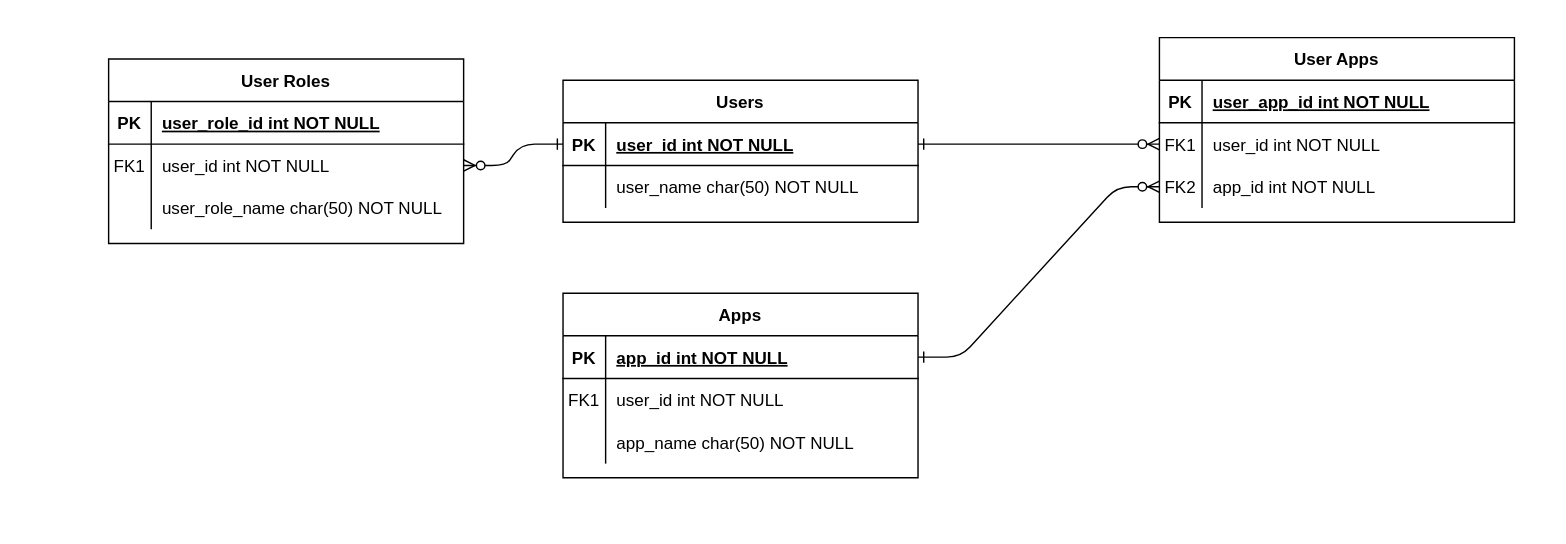
Above: Untitled Diagram.drawio in KimsuorLun/KimsuorLun.github.io (draw.io), before the change. Source tidied: cells renumbered, new cells numbered last; positions are measured from the earlier drawing's top-left corner, leaving out a move shared by most shapes. Both pictures are drawn from the tidied source at 142%, with x=0, y=0 at pixel (108, 37).
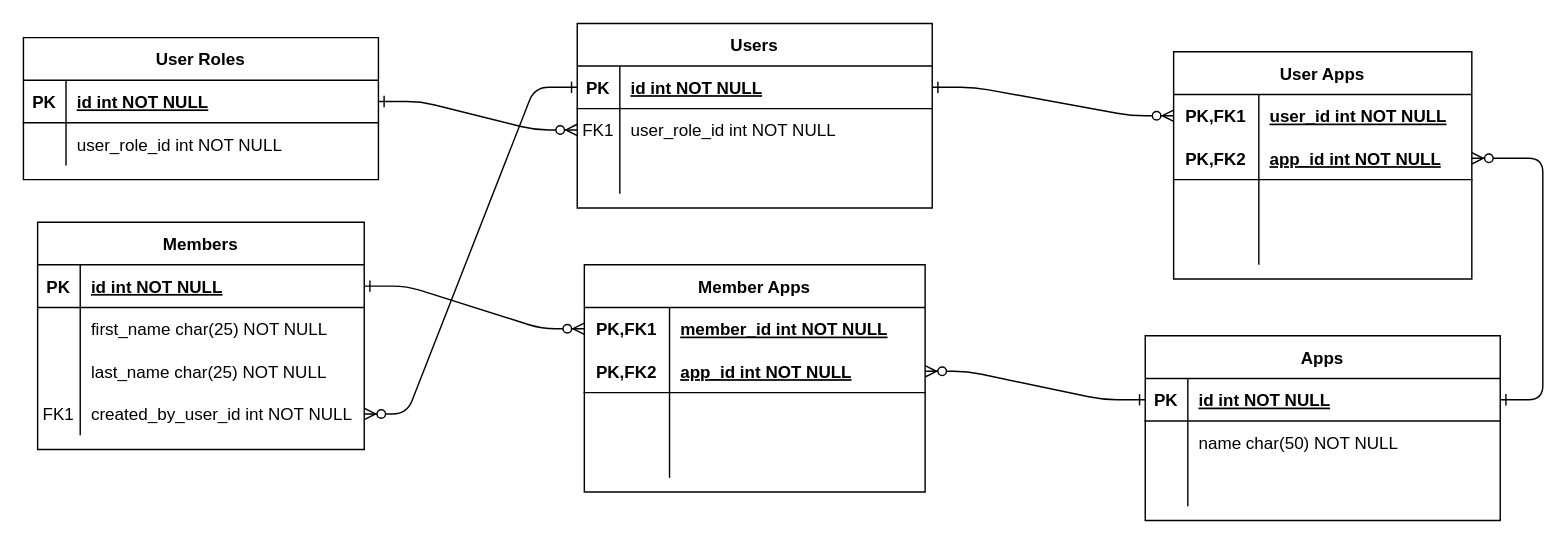
Above is the later version.

The change refers to these unchanged cells:
```xml
<mxCell id="5" style="shape=partialRectangle;fillColor=none;points=[[0,0.5],[1,0.5]];portConstraint=eastwest;top=0;left=0;right=0;bottom=1;" parent="4" vertex="1">
  <mxGeometry y="30" width="250" height="30" as="geometry" />
</mxCell>
<mxCell id="8" style="shape=partialRectangle;fillColor=none;points=[[0,0.5],[1,0.5]];portConstraint=eastwest;top=0;left=0;right=0;bottom=0;" parent="4" vertex="1">
  <mxGeometry y="60" width="250" height="30" as="geometry" />
</mxCell>
<mxCell id="11" style="shape=partialRectangle;fillColor=none;top=0;left=0;right=0;bottom=0;" parent="4" vertex="1">
  <mxGeometry y="90" width="250" height="30" as="geometry" />
</mxCell>
<mxCell id="15" style="shape=partialRectangle;fillColor=none;points=[[0,0.5],[1,0.5]];portConstraint=eastwest;top=0;left=0;right=0;bottom=1;" parent="14" vertex="1">
  <mxGeometry y="30" width="250" height="30" as="geometry" />
</mxCell>
<mxCell id="18" style="shape=partialRectangle;fillColor=none;top=0;left=0;right=0;bottom=0;" parent="14" vertex="1">
  <mxGeometry y="60" width="250" height="30" as="geometry" />
</mxCell>
<mxCell id="21" style="shape=partialRectangle;fillColor=none;top=0;left=0;right=0;bottom=0;" parent="14" vertex="1">
  <mxGeometry y="90" width="250" height="30" as="geometry" />
</mxCell>
<mxCell id="25" style="shape=partialRectangle;fillColor=none;points=[[0,0.5],[1,0.5]];portConstraint=eastwest;top=0;left=0;right=0;bottom=1;" parent="24" vertex="1">
  <mxGeometry y="30" width="250" height="30" as="geometry" />
</mxCell>
<mxCell id="28" style="shape=partialRectangle;fillColor=none;top=0;left=0;right=0;bottom=0;" parent="24" vertex="1">
  <mxGeometry y="60" width="250" height="30" as="geometry" />
</mxCell>
```

Change to the diagram source:
```diff
@@
-    <mxCell id="3" style="edgeStyle=entityRelationEdgeStyle;endArrow=ERzeroToMany;startArrow=ERone;endFill=1;startFill=0;exitX=1;exitY=0.5;exitDx=0;exitDy=0;entryX=0;entryY=0.5;entryDx=0;entryDy=0;" parent="1" edge="1" source="25" target="36">
+    <mxCell id="3" style="edgeStyle=entityRelationEdgeStyle;endArrow=ERzeroToMany;startArrow=ERone;endFill=1;startFill=0;entryX=0;entryY=0.5;entryDx=0;entryDy=0;" parent="1" edge="1" source="5" target="55">
       <mxGeometry relative="1" as="geometry" />
     </mxCell>
-    <mxCell id="4" value="User Roles" style="shape=table;startSize=30;childLayout=tableLayout;rowLines=0;fontStyle=1;align=center;" parent="1" vertex="1">
-      <mxGeometry y="15" width="250" height="130" as="geometry" />
+    <mxCell id="4" value="Users" style="shape=table;startSize=30;childLayout=tableLayout;rowLines=0;fontStyle=1;align=center;" parent="1" vertex="1">
+      <mxGeometry x="330" y="-10" width="250" height="130" as="geometry" />
     </mxCell>
@@
-    <mxCell id="7" value="user_role_id int NOT NULL " style="shape=partialRectangle;overflow=hidden;fillColor=none;top=0;left=0;bottom=0;right=0;align=left;spacingLeft=6;fontStyle=5;" parent="5" vertex="1">
+    <mxCell id="7" value="id int NOT NULL " style="shape=partialRectangle;overflow=hidden;fillColor=none;top=0;left=0;bottom=0;right=0;align=left;spacingLeft=6;fontStyle=5;" parent="5" vertex="1">
       <mxGeometry x="30" width="220" height="30" as="geometry" />
     </mxCell>
@@
-    <mxCell id="10" value="user_id int NOT NULL" style="shape=partialRectangle;overflow=hidden;fillColor=none;top=0;left=0;bottom=0;right=0;align=left;spacingLeft=6;" parent="8" vertex="1">
+    <mxCell id="10" value="user_role_id int NOT NULL" style="shape=partialRectangle;overflow=hidden;fillColor=none;top=0;left=0;bottom=0;right=0;align=left;spacingLeft=6;" parent="8" vertex="1">
       <mxGeometry x="30" width="220" height="30" as="geometry" />
     </mxCell>
@@
-    <mxCell id="13" value="user_role_name char(50) NOT NULL" style="shape=partialRectangle;overflow=hidden;fillColor=none;top=0;left=0;bottom=0;right=0;align=left;spacingLeft=6;" parent="11" vertex="1">
+    <mxCell id="13" style="shape=partialRectangle;overflow=hidden;fillColor=none;top=0;left=0;bottom=0;right=0;align=left;spacingLeft=6;" parent="11" vertex="1">
       <mxGeometry x="30" width="220" height="30" as="geometry" />
     </mxCell>
     <mxCell id="14" value="Apps" style="shape=table;startSize=30;childLayout=tableLayout;rowLines=0;fontStyle=1;align=center;" parent="1" vertex="1">
-      <mxGeometry x="320" y="180" width="250" height="130" as="geometry" />
+      <mxGeometry x="730" y="210" width="250" height="130" as="geometry" />
     </mxCell>
@@
-    <mxCell id="17" value="app_id int NOT NULL " style="shape=partialRectangle;overflow=hidden;fillColor=none;top=0;left=0;bottom=0;right=0;align=left;spacingLeft=6;fontStyle=5;" parent="15" vertex="1">
+    <mxCell id="17" value="id int NOT NULL " style="shape=partialRectangle;overflow=hidden;fillColor=none;top=0;left=0;bottom=0;right=0;align=left;spacingLeft=6;fontStyle=5;" parent="15" vertex="1">
       <mxGeometry x="30" width="220" height="30" as="geometry" />
     </mxCell>
@@
-    <mxCell id="19" value="FK1" style="shape=partialRectangle;overflow=hidden;fillColor=none;top=0;left=0;bottom=0;right=0;" parent="18" vertex="1">
+    <mxCell id="19" style="shape=partialRectangle;overflow=hidden;fillColor=none;top=0;left=0;bottom=0;right=0;" parent="18" vertex="1">
       <mxGeometry width="30" height="30" as="geometry" />
     </mxCell>
-    <mxCell id="20" value="user_id int NOT NULL" style="shape=partialRectangle;overflow=hidden;fillColor=none;top=0;left=0;bottom=0;right=0;align=left;spacingLeft=6;" parent="18" vertex="1">
+    <mxCell id="20" value="name char(50) NOT NULL" style="shape=partialRectangle;overflow=hidden;fillColor=none;top=0;left=0;bottom=0;right=0;align=left;spacingLeft=6;" parent="18" vertex="1">
       <mxGeometry x="30" width="220" height="30" as="geometry" />
     </mxCell>
@@
-    <mxCell id="23" value="app_name char(50) NOT NULL" style="shape=partialRectangle;overflow=hidden;fillColor=none;top=0;left=0;bottom=0;right=0;align=left;spacingLeft=6;" parent="21" vertex="1">
+    <mxCell id="23" style="shape=partialRectangle;overflow=hidden;fillColor=none;top=0;left=0;bottom=0;right=0;align=left;spacingLeft=6;" parent="21" vertex="1">
       <mxGeometry x="30" width="220" height="30" as="geometry" />
     </mxCell>
-    <mxCell id="24" value="Users" style="shape=table;startSize=30;childLayout=tableLayout;rowLines=0;fontStyle=1;align=center;" parent="1" vertex="1">
-      <mxGeometry x="320" y="30" width="250" height="100" as="geometry" />
+    <mxCell id="24" value="User Roles" style="shape=table;startSize=30;childLayout=tableLayout;rowLines=0;fontStyle=1;align=center;" parent="1" vertex="1">
+      <mxGeometry x="-60" width="250" height="100" as="geometry" />
     </mxCell>
@@
-    <mxCell id="27" value="user_id int NOT NULL" style="shape=partialRectangle;overflow=hidden;fillColor=none;top=0;left=0;bottom=0;right=0;align=left;spacingLeft=6;fontStyle=5;" parent="25" vertex="1">
+    <mxCell id="27" value="id int NOT NULL" style="shape=partialRectangle;overflow=hidden;fillColor=none;top=0;left=0;bottom=0;right=0;align=left;spacingLeft=6;fontStyle=5;" parent="25" vertex="1">
       <mxGeometry x="30" width="220" height="30" as="geometry" />
     </mxCell>
@@
-    <mxCell id="30" value="user_name char(50) NOT NULL" style="shape=partialRectangle;overflow=hidden;fillColor=none;top=0;left=0;bottom=0;right=0;align=left;spacingLeft=6;" parent="28" vertex="1">
+    <mxCell id="30" value="user_role_id int NOT NULL" style="shape=partialRectangle;overflow=hidden;fillColor=none;top=0;left=0;bottom=0;right=0;align=left;spacingLeft=6;" parent="28" vertex="1">
       <mxGeometry x="30" width="220" height="30" as="geometry" />
     </mxCell>
-    <mxCell id="31" style="group;" parent="1" vertex="1">
-      <mxGeometry x="740" width="250" height="130" as="geometry" />
-    </mxCell>
+    <mxCell id="43" style="edgeStyle=entityRelationEdgeStyle;endArrow=ERzeroToMany;startArrow=ERone;endFill=1;startFill=0;" parent="1" edge="1" source="15" target="57">
+      <mxGeometry relative="1" as="geometry" />
+    </mxCell>
+    <mxCell id="44" value="Members" style="shape=table;startSize=30;childLayout=tableLayout;rowLines=0;fontStyle=1;align=center;" parent="1" vertex="1">
+      <mxGeometry x="-50" y="130" width="230" height="160" as="geometry" />
+    </mxCell>
+    <mxCell id="45" style="shape=tableRow;horizontal=0;startSize=0;swimlaneHead=0;swimlaneBody=0;fillColor=none;points=[[0,0.5],[1,0.5]];portConstraint=eastwest;top=0;left=0;right=0;bottom=1;" parent="44" vertex="1">
+      <mxGeometry y="30" width="230" height="30" as="geometry" />
+    </mxCell>
+    <mxCell id="34" value="PK" style="shape=partialRectangle;fillColor=none;top=0;left=0;bottom=0;right=0;fontStyle=1;overflow=hidden;" parent="45" vertex="1">
+      <mxGeometry width="30" height="30" as="geometry" />
+    </mxCell>
+    <mxCell id="46" value="id int NOT NULL" style="shape=partialRectangle;fillColor=none;top=0;left=0;bottom=0;right=0;align=left;spacingLeft=6;fontStyle=5;overflow=hidden;" parent="45" vertex="1">
+      <mxGeometry x="30" width="200" height="30" as="geometry" />
+    </mxCell>
+    <mxCell id="47" style="shape=tableRow;horizontal=0;startSize=0;swimlaneHead=0;swimlaneBody=0;fillColor=none;top=0;left=0;right=0;bottom=0;" parent="44" vertex="1">
+      <mxGeometry y="60" width="230" height="30" as="geometry" />
+    </mxCell>
+    <mxCell id="48" style="shape=partialRectangle;fillColor=none;top=0;left=0;bottom=0;right=0;overflow=hidden;" parent="47" vertex="1">
+      <mxGeometry width="30" height="30" as="geometry" />
+    </mxCell>
+    <mxCell id="49" value="first_name char(25) NOT NULL" style="shape=partialRectangle;fillColor=none;top=0;left=0;bottom=0;right=0;align=left;spacingLeft=6;overflow=hidden;" parent="47" vertex="1">
+      <mxGeometry x="30" width="200" height="30" as="geometry" />
+    </mxCell>
+    <mxCell id="50" style="shape=tableRow;horizontal=0;startSize=0;swimlaneHead=0;swimlaneBody=0;fillColor=none;top=0;left=0;right=0;bottom=0;" parent="44" vertex="1">
+      <mxGeometry y="90" width="230" height="30" as="geometry" />
+    </mxCell>
+    <mxCell id="51" style="shape=partialRectangle;fillColor=none;top=0;left=0;bottom=0;right=0;overflow=hidden;" parent="50" vertex="1">
+      <mxGeometry width="30" height="30" as="geometry" />
+    </mxCell>
+    <mxCell id="52" value="last_name char(25) NOT NULL" style="shape=partialRectangle;fillColor=none;top=0;left=0;bottom=0;right=0;align=left;spacingLeft=6;overflow=hidden;" parent="50" vertex="1">
+      <mxGeometry x="30" width="200" height="30" as="geometry" />
+    </mxCell>
+    <mxCell id="53" style="shape=tableRow;horizontal=0;startSize=0;swimlaneHead=0;swimlaneBody=0;fillColor=none;points=[[0,0.5],[1,0.5]];portConstraint=eastwest;top=0;left=0;right=0;bottom=0;" parent="44" vertex="1">
+      <mxGeometry y="120" width="230" height="30" as="geometry" />
+    </mxCell>
+    <mxCell id="37" value="FK1" style="shape=partialRectangle;fillColor=none;top=0;left=0;bottom=0;right=0;overflow=hidden;" parent="53" vertex="1">
+      <mxGeometry width="30" height="30" as="geometry" />
+    </mxCell>
+    <mxCell id="54" value="created_by_user_id int NOT NULL" style="shape=partialRectangle;fillColor=none;top=0;left=0;bottom=0;right=0;align=left;spacingLeft=6;overflow=hidden;" parent="53" vertex="1">
+      <mxGeometry x="30" width="200" height="30" as="geometry" />
+    </mxCell>
-    <mxCell id="32" value="User Apps" style="shape=table;startSize=30;childLayout=tableLayout;rowLines=0;fontStyle=1;align=center;" parent="31" vertex="1">
-      <mxGeometry width="250" height="130" as="geometry" />
+    <mxCell id="32" value="User Apps" style="shape=table;startSize=30;childLayout=tableLayout;rowLines=0;fontStyle=1;align=center;" parent="1" vertex="1">
+      <mxGeometry x="750" y="10" width="210" height="160" as="geometry" />
     </mxCell>
-    <mxCell id="33" style="shape=partialRectangle;fillColor=none;top=0;left=0;right=0;bottom=1;" parent="32" vertex="1">
-      <mxGeometry y="30" width="250" height="30" as="geometry" />
-    </mxCell>
-    <mxCell id="34" value="PK" style="shape=partialRectangle;overflow=hidden;fillColor=none;top=0;left=0;bottom=0;right=0;fontStyle=1;" parent="33" vertex="1">
-      <mxGeometry width="30" height="30" as="geometry" />
-    </mxCell>
-    <mxCell id="35" value="user_app_id int NOT NULL " style="shape=partialRectangle;overflow=hidden;fillColor=none;top=0;left=0;bottom=0;right=0;align=left;spacingLeft=6;fontStyle=5;" parent="33" vertex="1">
-      <mxGeometry x="30" width="220" height="30" as="geometry" />
-    </mxCell>
-    <mxCell id="36" style="shape=partialRectangle;fillColor=none;points=[[0,0.5],[1,0.5]];portConstraint=eastwest;top=0;left=0;right=0;bottom=0;" parent="32" vertex="1">
-      <mxGeometry y="60" width="250" height="30" as="geometry" />
-    </mxCell>
-    <mxCell id="37" value="FK1" style="shape=partialRectangle;overflow=hidden;fillColor=none;top=0;left=0;bottom=0;right=0;" parent="36" vertex="1">
-      <mxGeometry width="30" height="30" as="geometry" />
-    </mxCell>
+    <mxCell id="55" style="shape=tableRow;horizontal=0;startSize=0;swimlaneHead=0;swimlaneBody=0;fillColor=none;points=[[0,0.5],[1,0.5]];portConstraint=eastwest;top=0;left=0;right=0;bottom=0;" parent="32" vertex="1">
+      <mxGeometry y="30" width="210" height="30" as="geometry" />
+    </mxCell>
+    <mxCell id="56" value="PK,FK1" style="shape=partialRectangle;fillColor=none;top=0;left=0;bottom=0;right=0;fontStyle=1;overflow=hidden;" parent="55" vertex="1">
+      <mxGeometry width="60" height="30" as="geometry" />
+    </mxCell>
-    <mxCell id="38" value="user_id int NOT NULL" style="shape=partialRectangle;overflow=hidden;fillColor=none;top=0;left=0;bottom=0;right=0;align=left;spacingLeft=6;" parent="36" vertex="1">
-      <mxGeometry x="30" width="220" height="30" as="geometry" />
+    <mxCell id="38" value="user_id int NOT NULL" style="shape=partialRectangle;fillColor=none;top=0;left=0;bottom=0;right=0;align=left;spacingLeft=6;fontStyle=5;overflow=hidden;" parent="55" vertex="1">
+      <mxGeometry x="60" width="150" height="30" as="geometry" />
     </mxCell>
-    <mxCell id="39" style="shape=partialRectangle;fillColor=none;points=[[0,0.5],[1,0.5]];portConstraint=eastwest;top=0;left=0;right=0;bottom=0;" parent="32" vertex="1">
-      <mxGeometry y="90" width="250" height="30" as="geometry" />
-    </mxCell>
-    <mxCell id="40" style="shape=partialRectangle;overflow=hidden;fillColor=none;top=0;left=0;bottom=0;right=0;" parent="39" vertex="1">
-      <mxGeometry width="30" height="30" as="geometry" />
-    </mxCell>
-    <mxCell id="41" value="app_id int NOT NULL" style="shape=partialRectangle;overflow=hidden;fillColor=none;top=0;left=0;bottom=0;right=0;align=left;spacingLeft=6;" parent="39" vertex="1">
-      <mxGeometry x="30" width="220" height="30" as="geometry" />
-    </mxCell>
-    <mxCell id="42" value="FK2" style="shape=partialRectangle;overflow=hidden;fillColor=none;top=0;left=0;bottom=0;right=0;" parent="31" vertex="1">
-      <mxGeometry y="90" width="30" height="30" as="geometry" />
-    </mxCell>
-    <mxCell id="43" style="edgeStyle=entityRelationEdgeStyle;endArrow=ERzeroToMany;startArrow=ERone;endFill=1;startFill=0;" parent="1" edge="1" source="15" target="39">
-      <mxGeometry relative="1" as="geometry" />
-    </mxCell>
+    <mxCell id="57" style="shape=tableRow;horizontal=0;startSize=0;swimlaneHead=0;swimlaneBody=0;fillColor=none;points=[[0,0.5],[1,0.5]];portConstraint=eastwest;top=0;left=0;right=0;bottom=1;" parent="32" vertex="1">
+      <mxGeometry y="60" width="210" height="30" as="geometry" />
+    </mxCell>
+    <mxCell id="58" value="PK,FK2" style="shape=partialRectangle;fillColor=none;top=0;left=0;bottom=0;right=0;fontStyle=1;overflow=hidden;" parent="57" vertex="1">
+      <mxGeometry width="60" height="30" as="geometry" />
+    </mxCell>
+    <mxCell id="59" value="app_id int NOT NULL" style="shape=partialRectangle;fillColor=none;top=0;left=0;bottom=0;right=0;align=left;spacingLeft=6;fontStyle=5;overflow=hidden;" parent="57" vertex="1">
+      <mxGeometry x="60" width="150" height="30" as="geometry" />
+    </mxCell>
+    <mxCell id="60" style="shape=tableRow;horizontal=0;startSize=0;swimlaneHead=0;swimlaneBody=0;fillColor=none;top=0;left=0;right=0;bottom=0;" parent="32" vertex="1">
+      <mxGeometry y="90" width="210" height="30" as="geometry" />
+    </mxCell>
+    <mxCell id="61" style="shape=partialRectangle;fillColor=none;top=0;left=0;bottom=0;right=0;overflow=hidden;" parent="60" vertex="1">
+      <mxGeometry width="60" height="30" as="geometry" />
+    </mxCell>
+    <mxCell id="62" style="shape=partialRectangle;fillColor=none;top=0;left=0;bottom=0;right=0;align=left;spacingLeft=6;overflow=hidden;" parent="60" vertex="1">
+      <mxGeometry x="60" width="150" height="30" as="geometry" />
+    </mxCell>
+    <mxCell id="63" style="shape=tableRow;horizontal=0;startSize=0;swimlaneHead=0;swimlaneBody=0;fillColor=none;top=0;left=0;right=0;bottom=0;" parent="32" vertex="1">
+      <mxGeometry y="120" width="210" height="30" as="geometry" />
+    </mxCell>
+    <mxCell id="64" style="shape=partialRectangle;fillColor=none;top=0;left=0;bottom=0;right=0;overflow=hidden;" parent="63" vertex="1">
+      <mxGeometry width="60" height="30" as="geometry" />
+    </mxCell>
+    <mxCell id="65" style="shape=partialRectangle;fillColor=none;top=0;left=0;bottom=0;right=0;align=left;spacingLeft=6;overflow=hidden;" parent="63" vertex="1">
+      <mxGeometry x="60" width="150" height="30" as="geometry" />
+    </mxCell>
+    <mxCell id="66" value="Member Apps" style="shape=table;startSize=30;childLayout=tableLayout;rowLines=0;fontStyle=1;align=center;" parent="1" vertex="1">
+      <mxGeometry x="335" y="160" width="240" height="160" as="geometry" />
+    </mxCell>
+    <mxCell id="67" style="shape=tableRow;horizontal=0;startSize=0;swimlaneHead=0;swimlaneBody=0;fillColor=none;points=[[0,0.5],[1,0.5]];portConstraint=eastwest;top=0;left=0;right=0;bottom=0;" parent="66" vertex="1">
+      <mxGeometry y="30" width="240" height="30" as="geometry" />
+    </mxCell>
+    <mxCell id="68" value="PK,FK1" style="shape=partialRectangle;fillColor=none;top=0;left=0;bottom=0;right=0;fontStyle=1;overflow=hidden;" parent="67" vertex="1">
+      <mxGeometry width="60" height="30" as="geometry" />
+    </mxCell>
+    <mxCell id="69" value="member_id int NOT NULL" style="shape=partialRectangle;fillColor=none;top=0;left=0;bottom=0;right=0;align=left;spacingLeft=6;fontStyle=5;overflow=hidden;" parent="67" vertex="1">
+      <mxGeometry x="60" width="180" height="30" as="geometry" />
+    </mxCell>
+    <mxCell id="70" style="shape=tableRow;horizontal=0;startSize=0;swimlaneHead=0;swimlaneBody=0;fillColor=none;points=[[0,0.5],[1,0.5]];portConstraint=eastwest;top=0;left=0;right=0;bottom=1;" parent="66" vertex="1">
+      <mxGeometry y="60" width="240" height="30" as="geometry" />
+    </mxCell>
+    <mxCell id="71" value="PK,FK2" style="shape=partialRectangle;fillColor=none;top=0;left=0;bottom=0;right=0;fontStyle=1;overflow=hidden;" parent="70" vertex="1">
+      <mxGeometry width="60" height="30" as="geometry" />
+    </mxCell>
+    <mxCell id="72" value="app_id int NOT NULL" style="shape=partialRectangle;fillColor=none;top=0;left=0;bottom=0;right=0;align=left;spacingLeft=6;fontStyle=5;overflow=hidden;" parent="70" vertex="1">
+      <mxGeometry x="60" width="180" height="30" as="geometry" />
+    </mxCell>
+    <mxCell id="73" style="shape=tableRow;horizontal=0;startSize=0;swimlaneHead=0;swimlaneBody=0;fillColor=none;top=0;left=0;right=0;bottom=0;" parent="66" vertex="1">
+      <mxGeometry y="90" width="240" height="30" as="geometry" />
+    </mxCell>
+    <mxCell id="74" style="shape=partialRectangle;fillColor=none;top=0;left=0;bottom=0;right=0;overflow=hidden;" parent="73" vertex="1">
+      <mxGeometry width="60" height="30" as="geometry" />
+    </mxCell>
+    <mxCell id="75" style="shape=partialRectangle;fillColor=none;top=0;left=0;bottom=0;right=0;align=left;spacingLeft=6;overflow=hidden;" parent="73" vertex="1">
+      <mxGeometry x="60" width="180" height="30" as="geometry" />
+    </mxCell>
+    <mxCell id="76" style="shape=tableRow;horizontal=0;startSize=0;swimlaneHead=0;swimlaneBody=0;fillColor=none;top=0;left=0;right=0;bottom=0;" parent="66" vertex="1">
+      <mxGeometry y="120" width="240" height="30" as="geometry" />
+    </mxCell>
+    <mxCell id="77" style="shape=partialRectangle;fillColor=none;top=0;left=0;bottom=0;right=0;overflow=hidden;" parent="76" vertex="1">
+      <mxGeometry width="60" height="30" as="geometry" />
+    </mxCell>
+    <mxCell id="78" style="shape=partialRectangle;fillColor=none;top=0;left=0;bottom=0;right=0;align=left;spacingLeft=6;overflow=hidden;" parent="76" vertex="1">
+      <mxGeometry x="60" width="180" height="30" as="geometry" />
+    </mxCell>
+    <mxCell id="79" style="edgeStyle=entityRelationEdgeStyle;endArrow=ERzeroToMany;startArrow=ERone;endFill=1;startFill=0;" parent="1" edge="1" source="45" target="67">
+      <mxGeometry relative="1" as="geometry" />
+    </mxCell>
+    <mxCell id="80" style="edgeStyle=entityRelationEdgeStyle;endArrow=ERzeroToMany;startArrow=ERone;endFill=1;startFill=0;" parent="1" edge="1" source="15" target="70">
+      <mxGeometry relative="1" as="geometry" />
+    </mxCell>
+    <mxCell id="81" style="edgeStyle=entityRelationEdgeStyle;endArrow=ERzeroToMany;startArrow=ERone;endFill=1;startFill=0;" parent="1" edge="1" source="5" target="53">
+      <mxGeometry relative="1" as="geometry" />
+    </mxCell>
```
